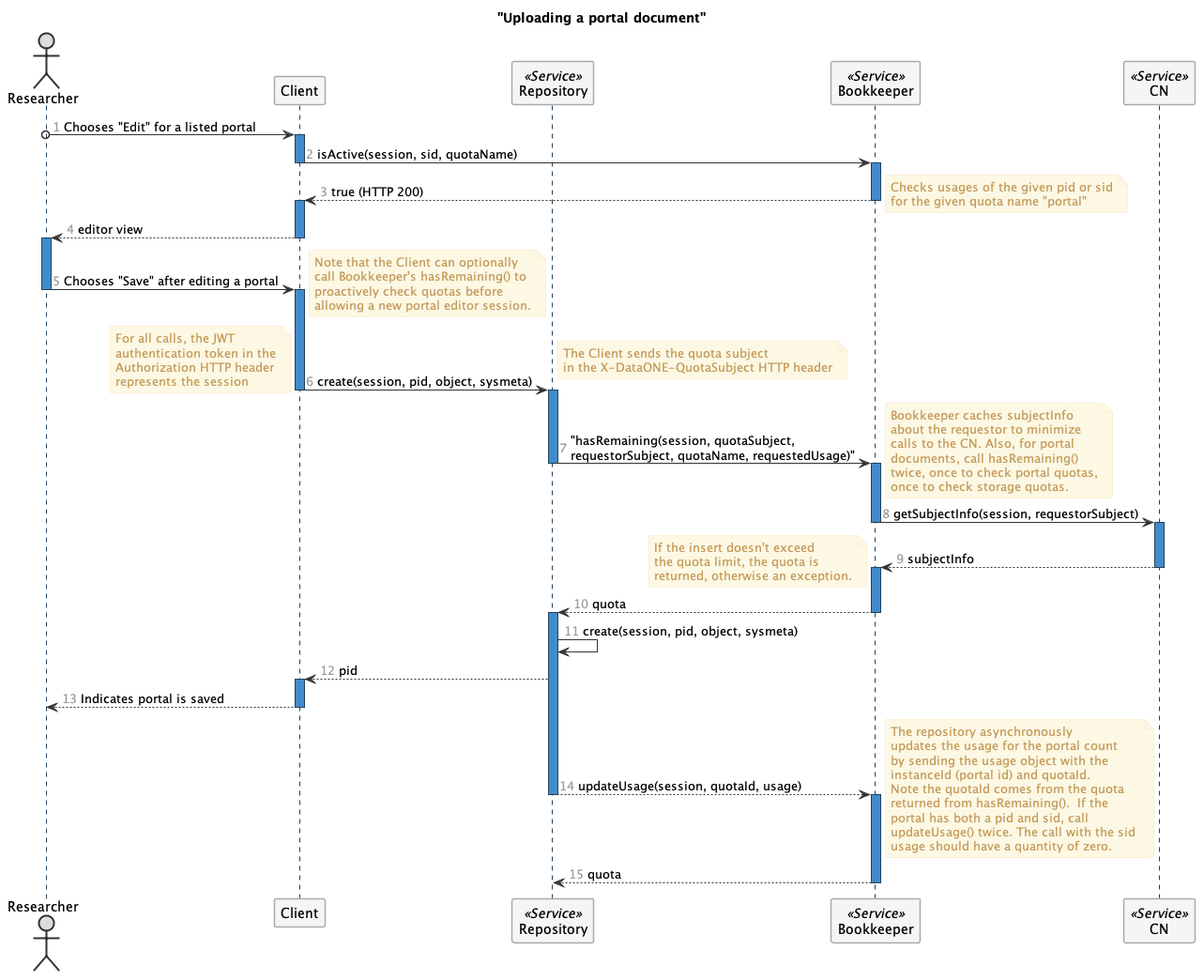
This is docs/images/create-portal.png from DataONEorg/bookkeeper, a PlantUML export, as it was before one commit.
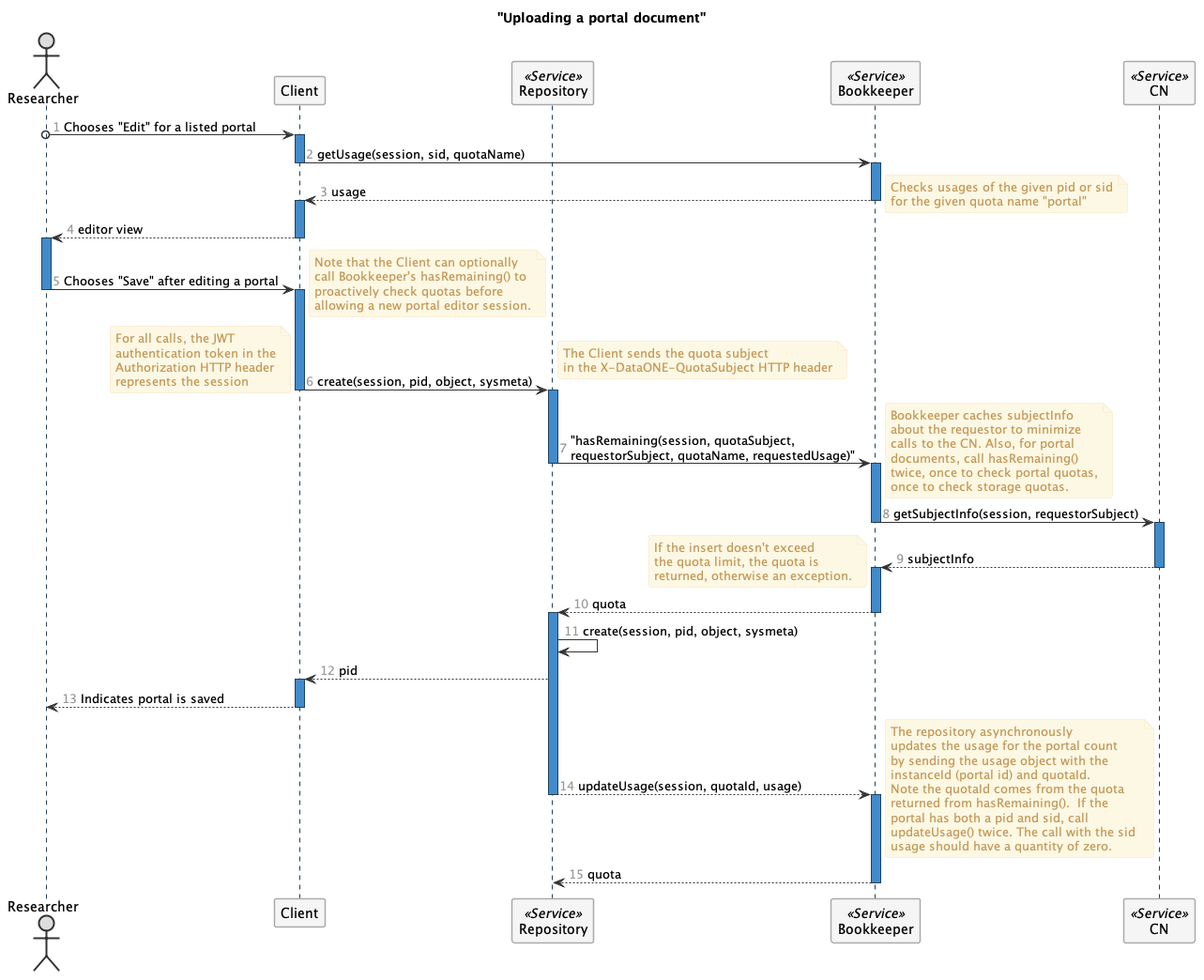
The same diagram one commit later.

Commit message:
Change isActive() to getUsage(), returning a Usage instance.

What changed in the source:
```diff
@@ -51,11 +51,11 @@
 
 Researcher o-> Client: Chooses "Edit" for a listed portal
 activate Client
-    Client -> Bookkeeper: isActive(session, sid, quotaName)
+    Client -> Bookkeeper: getUsage(session, sid, quotaName)
 deactivate Client
 
 activate Bookkeeper
-    Bookkeeper --> Client: true (HTTP 200)
+    Bookkeeper --> Client: usage
 deactivate Bookkeeper
 
 note right
```
